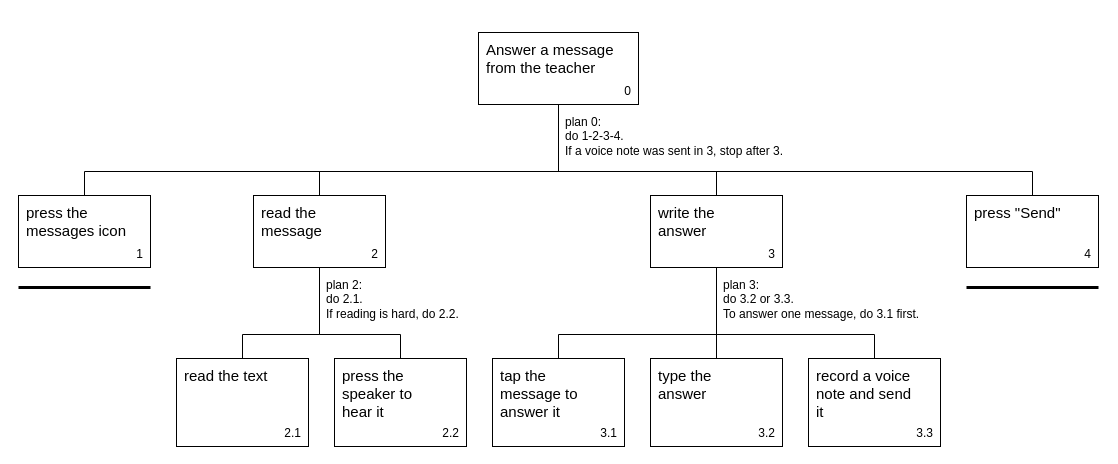
This is page "S3 Answer teacher message" (3 of 3) of Sprout_HTDs/Student_HTDs.drawio from AmrKoura/HCI_DAMNS, a draw.io file, before an edit. Source tidied: cells renumbered, new cells numbered last; positions are measured from the earlier drawing's top-left corner, leaving out a move shared by most shapes. Both pictures are drawn from the tidied source at 100%, with x=0, y=0 at pixel (18, 32).
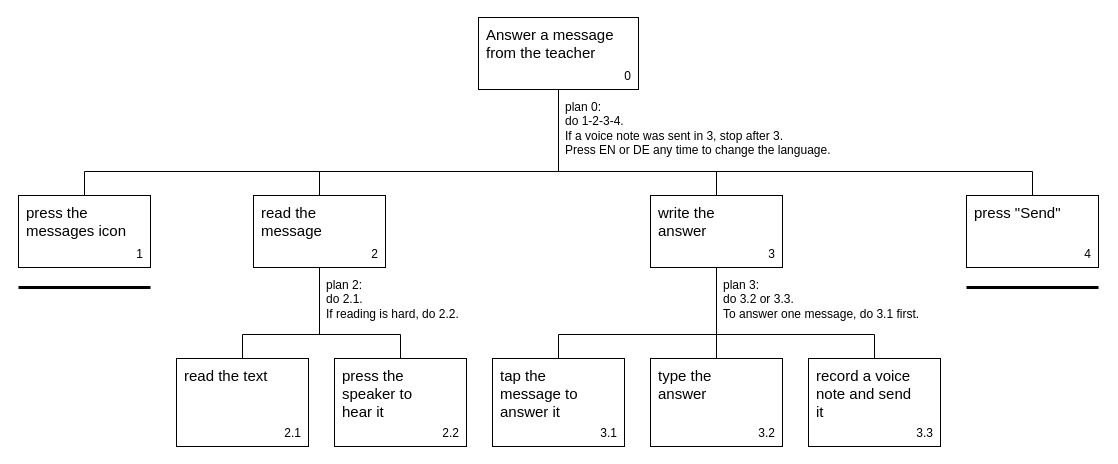
The same page after the edit.

Change to the diagram source:
```diff
@@
     <mxCell id="2" value="Answer a message from the teacher" style="rounded=0;whiteSpace=wrap;html=1;fillColor=#FFFFFF;strokeColor=#000000;fontColor=#000000;fontFamily=Helvetica;fontSize=15;align=left;verticalAlign=top;spacingLeft=6;spacingTop=2;spacingRight=22;" parent="1" vertex="1">
-      <mxGeometry x="460" width="160" height="72" as="geometry" />
+      <mxGeometry x="460" y="-15" width="160" height="72" as="geometry" />
     </mxCell>
     <mxCell id="3" value="0" style="text;html=1;fontFamily=Helvetica;fontSize=12;align=right;verticalAlign=bottom;fontColor=#000000;" parent="1" vertex="1">
-      <mxGeometry x="600" y="50" width="14" height="18" as="geometry" />
+      <mxGeometry x="600" y="35" width="14" height="18" as="geometry" />
     </mxCell>
@@
-    <mxCell id="31" value="plan 0:&lt;br&gt;do 1-2-3-4.&lt;br&gt;If a voice note was sent in 3, stop after 3." style="text;html=1;fontFamily=Helvetica;fontSize=12;align=left;verticalAlign=top;spacing=0;fontColor=#000000;" parent="1" vertex="1">
-      <mxGeometry x="547" y="78" width="238" height="49" as="geometry" />
+    <mxCell id="31" value="plan 0:&lt;br&gt;do 1-2-3-4.&lt;br&gt;If a voice note was sent in 3, stop after 3.&lt;br&gt;Press EN or DE any time to change the language." style="text;html=1;fontFamily=Helvetica;fontSize=12;align=left;verticalAlign=top;spacing=0;fontColor=#000000;" parent="1" vertex="1">
+      <mxGeometry x="547" y="63" width="290" height="64" as="geometry" />
     </mxCell>
```
